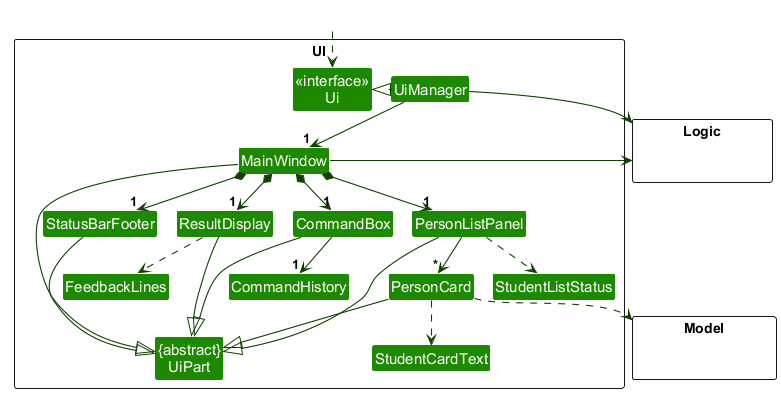
Above: docs/images/UiClassDiagram.png in AY2627S1-CS2103T-F13-4/tp (PlantUML), before the change.
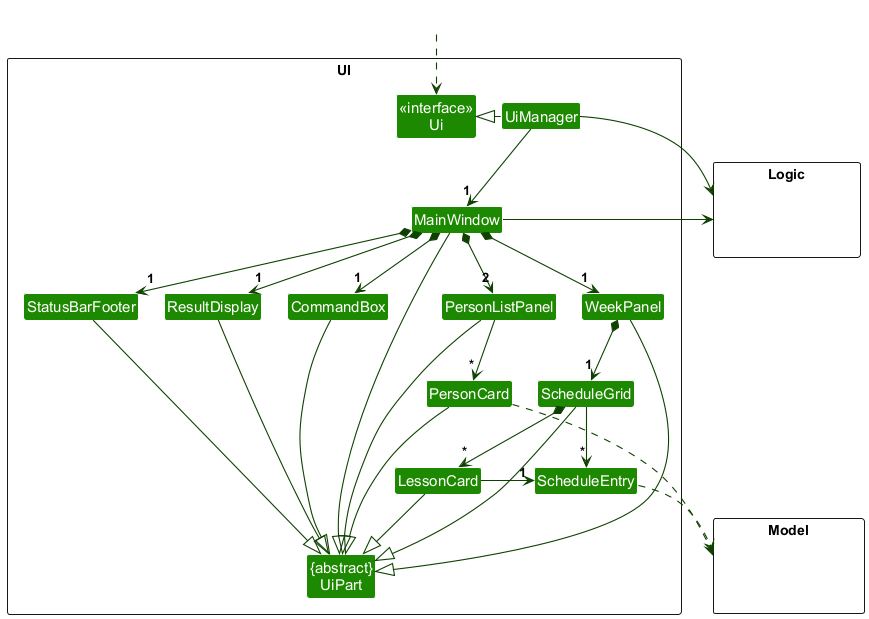
After the commit.

What changed in the source:
```diff
@@ -1,9 +1,10 @@
 @startuml
-!pragma layout smetana
 !include style.puml
 skinparam arrowThickness 1.1
 skinparam arrowColor UI_COLOR_T4
 skinparam classBackgroundColor UI_COLOR
+skinparam groupInheritance 2
+skinparam nodesep 25
 
 package UI <<Rectangle>>{
 Class "<<interface>>\nUi" as Ui
@@ -15,10 +16,10 @@
 Class PersonCard
 Class StatusBarFooter
 Class CommandBox
-Class CommandHistory
-Class FeedbackLines
-Class StudentCardText
-Class StudentListStatus
+Class WeekPanel
+Class ScheduleGrid
+Class LessonCard
+Class ScheduleEntry
 }
 
 package Model <<Rectangle>> {
@@ -36,14 +37,15 @@
 UiManager -down-> "1" MainWindow
 MainWindow *-down->  "1" CommandBox
 MainWindow *-down-> "1" ResultDisplay
-MainWindow *-down-> "1" PersonListPanel
+MainWindow *-down-> "2" PersonListPanel
 MainWindow *-down-> "1" StatusBarFooter
+MainWindow *-down-> "1" WeekPanel
 
 PersonListPanel -down-> "*" PersonCard
-CommandBox -down-> "1" CommandHistory
-ResultDisplay ..> FeedbackLines
-PersonCard ..> StudentCardText
-PersonListPanel ..> StudentListStatus
+WeekPanel *-down-> "1" ScheduleGrid
+ScheduleGrid *-down-> "*" LessonCard
+ScheduleGrid -right-> "*" ScheduleEntry
+LessonCard -right-> "1" ScheduleEntry
 
 MainWindow -left-|> UiPart
 
@@ -52,14 +54,18 @@
 PersonListPanel --|> UiPart
 PersonCard --|> UiPart
 StatusBarFooter --|> UiPart
+WeekPanel --|> UiPart
+ScheduleGrid --|> UiPart
+LessonCard --|> UiPart
 
 PersonCard ..> Model
+ScheduleEntry ..> Model
 UiManager -right-> Logic
 MainWindow -left-> Logic
 
 PersonListPanel -[hidden]left- CommandBox
 CommandBox -[hidden]left- ResultDisplay
 ResultDisplay -[hidden]left- StatusBarFooter
+PersonListPanel -[hidden]right- WeekPanel
 
-MainWindow -[hidden]-|> UiPart
 @enduml
```
